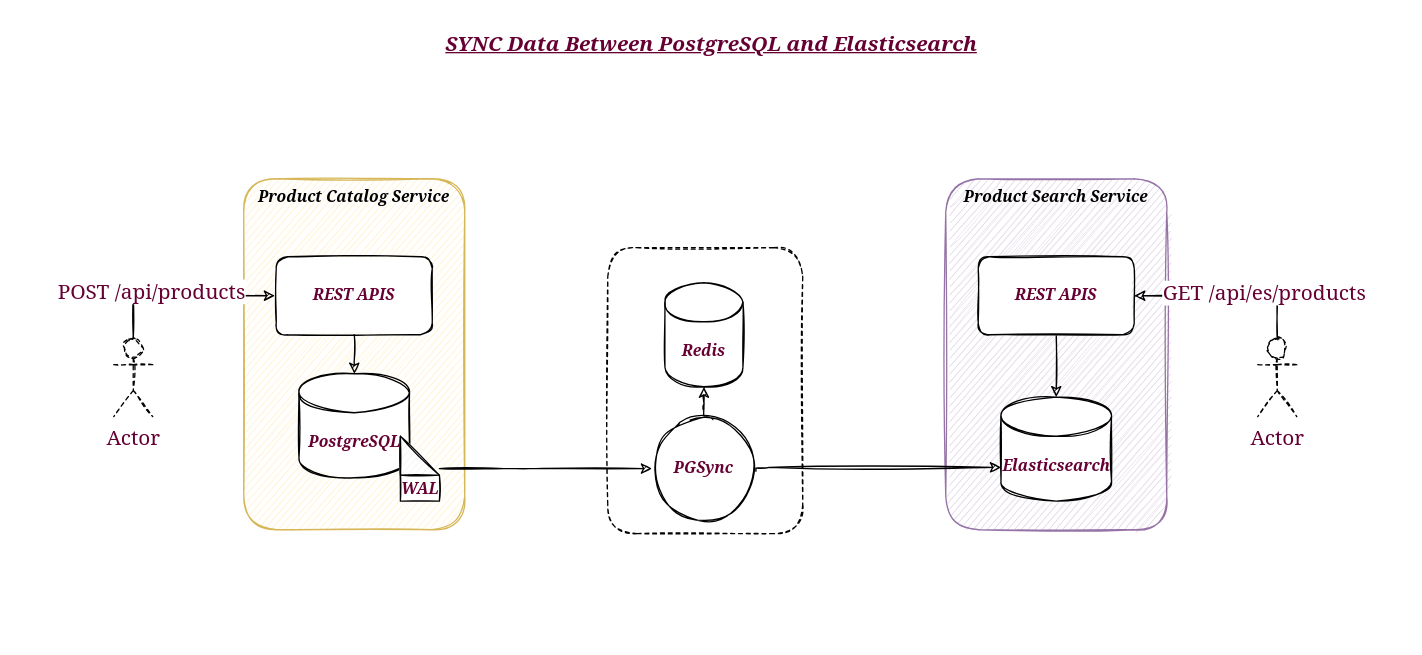
Earlier version of the draw.io diagram system-design.drawio (semusings/sync-data-between-PostgreSQL-and-Elasticsearch). Source tidied: cells renumbered, new cells numbered last; positions are measured from the earlier drawing's top-left corner, leaving out a move shared by most shapes. Both pictures are drawn from the tidied source at 130%, with x=0, y=0 at pixel (22, 22).
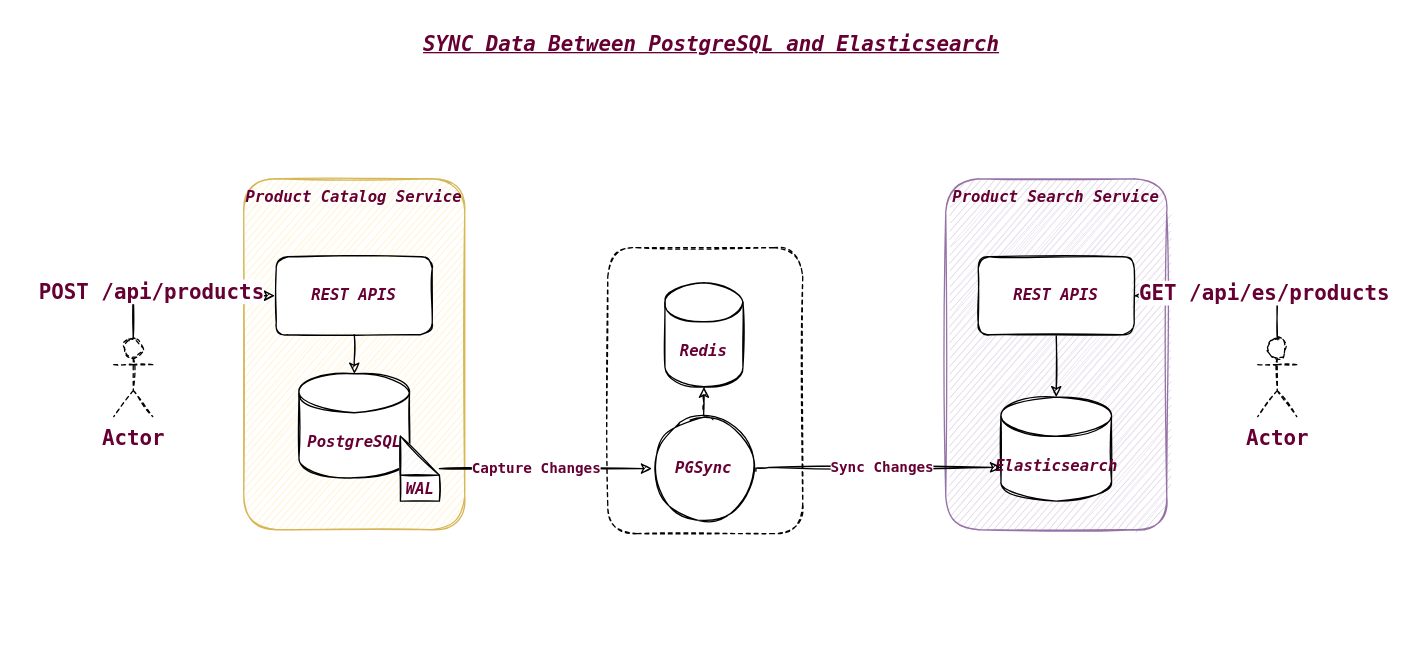
After the change.

The edit, as a diff of the source:
```diff
@@
-    <mxCell id="2" value="SYNC Data Between PostgreSQL and Elasticsearch" style="rounded=0;whiteSpace=wrap;html=1;shadow=0;dashed=1;sketch=1;fontFamily=Georgia;fontColor=#660033;fillColor=none;verticalAlign=top;fontStyle=7;fontSize=16;strokeColor=none;" parent="1" vertex="1">
+    <mxCell id="2" value="SYNC Data Between PostgreSQL and Elasticsearch" style="rounded=0;whiteSpace=wrap;html=1;shadow=0;dashed=1;sketch=1;fontFamily=Lucida Console;fillColor=none;verticalAlign=top;fontStyle=7;fontSize=16;strokeColor=none;fontColor=#660033;" parent="1" vertex="1">
       <mxGeometry width="1060" height="470" as="geometry" />
     </mxCell>
-    <mxCell id="3" style="whiteSpace=wrap;html=1;fontFamily=Georgia;fontColor=#660033;dashed=1;fillColor=none;shadow=0;sketch=1;rounded=1;fontStyle=3;" parent="1" vertex="1">
+    <mxCell id="3" style="whiteSpace=wrap;html=1;fontFamily=Lucida Console;dashed=1;fillColor=none;shadow=0;sketch=1;rounded=1;fontStyle=3;fontColor=#660033;" parent="1" vertex="1">
       <mxGeometry x="450" y="173" width="150" height="220" as="geometry" />
     </mxCell>
-    <mxCell id="4" value="Product Catalog Service" style="whiteSpace=wrap;html=1;verticalAlign=top;fontStyle=3;fontFamily=Georgia;fillColor=#fff2cc;strokeColor=#d6b656;shadow=0;sketch=1;rounded=1;" parent="1" vertex="1">
+    <mxCell id="4" value="Product Catalog Service" style="whiteSpace=wrap;html=1;verticalAlign=top;fontStyle=3;fontFamily=Lucida Console;fillColor=#fff2cc;strokeColor=#d6b656;shadow=0;sketch=1;rounded=1;fontColor=#660033;" parent="1" vertex="1">
       <mxGeometry x="170" y="120" width="170" height="270" as="geometry" />
     </mxCell>
-    <mxCell id="5" value="PostgreSQL" style="shape=cylinder3;whiteSpace=wrap;html=1;boundedLbl=1;backgroundOutline=1;size=15;fontStyle=3;fontFamily=Georgia;fontColor=#660033;shadow=0;sketch=1;rounded=1;" parent="1" vertex="1">
+    <mxCell id="5" value="PostgreSQL" style="shape=cylinder3;whiteSpace=wrap;html=1;boundedLbl=1;backgroundOutline=1;size=15;fontStyle=3;fontFamily=Lucida Console;shadow=0;sketch=1;rounded=1;fontColor=#660033;" parent="1" vertex="1">
       <mxGeometry x="212.5" y="270" width="85" height="80" as="geometry" />
     </mxCell>
-    <mxCell id="6" style="edgeStyle=orthogonalEdgeStyle;rounded=0;sketch=1;jettySize=auto;html=1;shadow=0;fontFamily=Georgia;fontColor=#660033;fontStyle=3;" parent="1" edge="1" source="7">
+    <mxCell id="6" style="edgeStyle=orthogonalEdgeStyle;rounded=0;sketch=1;jettySize=auto;html=1;shadow=0;fontFamily=Lucida Console;fontStyle=3;fontColor=#660033;" parent="1" edge="1" source="7">
       <mxGeometry relative="1" as="geometry">
         <mxPoint x="255" y="270" as="targetPoint" />
       </mxGeometry>
     </mxCell>
-    <mxCell id="7" value="REST APIS" style="whiteSpace=wrap;html=1;fontStyle=3;fontFamily=Georgia;fontColor=#660033;shadow=0;sketch=1;rounded=1;" parent="1" vertex="1">
+    <mxCell id="7" value="REST APIS" style="whiteSpace=wrap;html=1;fontStyle=3;fontFamily=Lucida Console;shadow=0;sketch=1;rounded=1;fontColor=#660033;" parent="1" vertex="1">
       <mxGeometry x="195" y="180" width="120" height="60" as="geometry" />
     </mxCell>
-    <mxCell id="8" style="edgeStyle=orthogonalEdgeStyle;jettySize=auto;html=1;fontStyle=3;fontFamily=Georgia;fontColor=#660033;shadow=0;sketch=1;" parent="1" edge="1" source="9" target="17">
+    <mxCell id="8" style="edgeStyle=orthogonalEdgeStyle;jettySize=auto;html=1;fontStyle=3;fontFamily=Lucida Console;shadow=0;sketch=1;fontColor=#660033;" parent="1" edge="1" source="9" target="17">
       <mxGeometry relative="1" as="geometry" />
     </mxCell>
-    <mxCell id="9" value="PGSync" style="ellipse;whiteSpace=wrap;html=1;fontStyle=3;fontFamily=Georgia;fontColor=#660033;shadow=0;sketch=1;rounded=1;" parent="1" vertex="1">
+    <mxCell id="9" value="PGSync" style="ellipse;whiteSpace=wrap;html=1;fontStyle=3;fontFamily=Lucida Console;shadow=0;sketch=1;rounded=1;fontColor=#660033;" parent="1" vertex="1">
       <mxGeometry x="484" y="303" width="80" height="80" as="geometry" />
     </mxCell>
-    <mxCell id="10" style="edgeStyle=orthogonalEdgeStyle;jettySize=auto;html=1;fontStyle=3;fontFamily=Georgia;fontColor=#660033;shadow=0;sketch=1;" parent="1" edge="1" source="11" target="9">
+    <mxCell id="10" style="edgeStyle=orthogonalEdgeStyle;jettySize=auto;html=1;fontStyle=3;fontFamily=Lucida Console;shadow=0;sketch=1;fontColor=#660033;" parent="1" edge="1" source="11" target="9">
       <mxGeometry relative="1" as="geometry">
         <Array as="points">
           <mxPoint x="380" y="343" />
           <mxPoint x="380" y="343" />
         </Array>
       </mxGeometry>
     </mxCell>
+    <mxCell id="24" value="Capture Changes" style="edgeLabel;html=1;align=center;verticalAlign=middle;fontColor=#660033;fontFamily=Lucida Console;fontStyle=1;" parent="10" vertex="1">
+      <mxGeometry x="-0.37" y="1" relative="1" as="geometry">
+        <mxPoint x="22" as="offset" />
+      </mxGeometry>
+    </mxCell>
-    <mxCell id="11" value="WAL" style="shape=note;whiteSpace=wrap;html=1;backgroundOutline=1;darkOpacity=0.05;verticalAlign=bottom;fontStyle=3;fontFamily=Georgia;fontColor=#660033;shadow=0;sketch=1;rounded=1;" parent="1" vertex="1">
+    <mxCell id="11" value="WAL" style="shape=note;whiteSpace=wrap;html=1;backgroundOutline=1;darkOpacity=0.05;verticalAlign=bottom;fontStyle=3;fontFamily=Lucida Console;shadow=0;sketch=1;rounded=1;fontColor=#660033;" parent="1" vertex="1">
       <mxGeometry x="290.5" y="318" width="30" height="50" as="geometry" />
     </mxCell>
-    <mxCell id="12" value="Product Search Service" style="whiteSpace=wrap;html=1;verticalAlign=top;fontStyle=3;fontFamily=Georgia;fillColor=#e1d5e7;strokeColor=#9673a6;shadow=0;sketch=1;rounded=1;" parent="1" vertex="1">
+    <mxCell id="12" value="Product Search Service" style="whiteSpace=wrap;html=1;verticalAlign=top;fontStyle=3;fontFamily=Lucida Console;fillColor=#e1d5e7;strokeColor=#9673a6;shadow=0;sketch=1;rounded=1;fontColor=#660033;" parent="1" vertex="1">
       <mxGeometry x="710" y="120" width="170" height="270" as="geometry" />
     </mxCell>
-    <mxCell id="13" value="Elasticsearch" style="shape=cylinder3;whiteSpace=wrap;html=1;boundedLbl=1;backgroundOutline=1;size=15;fontStyle=3;fontFamily=Georgia;fontColor=#660033;shadow=0;sketch=1;rounded=1;" parent="1" vertex="1">
+    <mxCell id="13" value="Elasticsearch" style="shape=cylinder3;whiteSpace=wrap;html=1;boundedLbl=1;backgroundOutline=1;size=15;fontStyle=3;fontFamily=Lucida Console;shadow=0;sketch=1;rounded=1;fontColor=#660033;" parent="1" vertex="1">
       <mxGeometry x="752.5" y="288" width="85" height="80" as="geometry" />
     </mxCell>
-    <mxCell id="14" style="edgeStyle=orthogonalEdgeStyle;rounded=0;sketch=1;jettySize=auto;html=1;shadow=0;fontFamily=Georgia;fontColor=#660033;fontStyle=3;" parent="1" edge="1" source="15" target="13">
+    <mxCell id="14" style="edgeStyle=orthogonalEdgeStyle;rounded=0;sketch=1;jettySize=auto;html=1;shadow=0;fontFamily=Lucida Console;fontStyle=3;fontColor=#660033;" parent="1" edge="1" source="15" target="13">
       <mxGeometry relative="1" as="geometry" />
     </mxCell>
-    <mxCell id="15" value="REST APIS" style="whiteSpace=wrap;html=1;fontStyle=3;fontFamily=Georgia;fontColor=#660033;shadow=0;sketch=1;rounded=1;" parent="1" vertex="1">
+    <mxCell id="15" value="REST APIS" style="whiteSpace=wrap;html=1;fontStyle=3;fontFamily=Lucida Console;shadow=0;sketch=1;rounded=1;fontColor=#660033;" parent="1" vertex="1">
       <mxGeometry x="735" y="180" width="120" height="60" as="geometry" />
     </mxCell>
-    <mxCell id="16" style="edgeStyle=orthogonalEdgeStyle;orthogonalLoop=1;jettySize=auto;html=1;fontStyle=3;fontFamily=Georgia;fontColor=#660033;exitX=1;exitY=0.5;exitDx=0;exitDy=0;shadow=0;sketch=1;" parent="1" edge="1">
+    <mxCell id="16" style="edgeStyle=orthogonalEdgeStyle;orthogonalLoop=1;jettySize=auto;html=1;fontStyle=3;fontFamily=Lucida Console;exitX=1;exitY=0.5;exitDx=0;exitDy=0;shadow=0;sketch=1;fontColor=#660033;" parent="1" edge="1">
       <mxGeometry relative="1" as="geometry">
         <mxPoint x="564" y="345" as="sourcePoint" />
         <mxPoint x="752.5" y="342" as="targetPoint" />
         <Array as="points">
           <mxPoint x="564" y="342" />
         </Array>
       </mxGeometry>
     </mxCell>
+    <mxCell id="25" value="Sync Changes" style="edgeLabel;html=1;align=center;verticalAlign=middle;fontColor=#660033;fontFamily=Lucida Console;fontStyle=1;" parent="16" vertex="1">
+      <mxGeometry x="-0.09" y="3" relative="1" as="geometry">
+        <mxPoint x="12" y="2" as="offset" />
+      </mxGeometry>
+    </mxCell>
-    <mxCell id="17" value="Redis" style="shape=cylinder3;whiteSpace=wrap;html=1;boundedLbl=1;backgroundOutline=1;size=15;fontStyle=3;fontFamily=Georgia;fontColor=#660033;shadow=0;sketch=1;rounded=1;" parent="1" vertex="1">
+    <mxCell id="17" value="Redis" style="shape=cylinder3;whiteSpace=wrap;html=1;boundedLbl=1;backgroundOutline=1;size=15;fontStyle=3;fontFamily=Lucida Console;shadow=0;sketch=1;rounded=1;fontColor=#660033;" parent="1" vertex="1">
       <mxGeometry x="494" y="200" width="60" height="80" as="geometry" />
     </mxCell>
-    <mxCell id="18" style="edgeStyle=orthogonalEdgeStyle;rounded=0;sketch=1;jettySize=auto;html=1;shadow=0;fontFamily=Georgia;fontSize=16;fontColor=#660033;exitX=0.5;exitY=0;exitDx=0;exitDy=0;exitPerimeter=0;" parent="1" edge="1" source="20">
+    <mxCell id="18" style="edgeStyle=orthogonalEdgeStyle;rounded=0;sketch=1;jettySize=auto;html=1;shadow=0;fontFamily=Lucida Console;fontSize=16;exitX=0.5;exitY=0;exitDx=0;exitDy=0;exitPerimeter=0;fontColor=#660033;fontStyle=1;" parent="1" edge="1" source="20">
       <mxGeometry relative="1" as="geometry">
         <mxPoint x="194" y="210" as="targetPoint" />
         <Array as="points">
           <mxPoint x="85" y="210" />
         </Array>
       </mxGeometry>
     </mxCell>
-    <mxCell id="19" value="POST /api/products" style="edgeLabel;html=1;align=center;verticalAlign=middle;fontSize=16;fontFamily=Georgia;fontColor=#660033;" parent="18" vertex="1">
+    <mxCell id="19" value="POST /api/products" style="edgeLabel;html=1;align=center;verticalAlign=middle;fontSize=16;fontFamily=Lucida Console;fontColor=#660033;fontStyle=1;" parent="18" vertex="1">
       <mxGeometry x="-0.35" y="4" relative="1" as="geometry" />
     </mxCell>
-    <mxCell id="20" value="Actor" style="shape=umlActor;verticalLabelPosition=bottom;verticalAlign=top;html=1;outlineConnect=0;rounded=1;shadow=0;dashed=1;sketch=1;fontFamily=Georgia;fontSize=16;fontColor=#660033;fillColor=none;" parent="1" vertex="1">
+    <mxCell id="20" value="Actor" style="shape=umlActor;verticalLabelPosition=bottom;verticalAlign=top;html=1;outlineConnect=0;rounded=1;shadow=0;dashed=1;sketch=1;fontFamily=Lucida Console;fontSize=16;fillColor=none;fontColor=#660033;fontStyle=1;" parent="1" vertex="1">
       <mxGeometry x="70" y="243" width="30" height="60" as="geometry" />
     </mxCell>
-    <mxCell id="21" style="edgeStyle=orthogonalEdgeStyle;rounded=0;sketch=1;jettySize=auto;html=1;entryX=1;entryY=0.5;entryDx=0;entryDy=0;shadow=0;fontFamily=Georgia;fontSize=16;fontColor=#660033;" parent="1" edge="1" source="23" target="15">
+    <mxCell id="21" style="edgeStyle=orthogonalEdgeStyle;rounded=0;sketch=1;jettySize=auto;html=1;entryX=1;entryY=0.5;entryDx=0;entryDy=0;shadow=0;fontFamily=Lucida Console;fontSize=16;fontColor=#660033;fontStyle=1;" parent="1" edge="1" source="23" target="15">
       <mxGeometry relative="1" as="geometry">
         <Array as="points">
           <mxPoint x="965" y="210" />
         </Array>
       </mxGeometry>
     </mxCell>
-    <mxCell id="22" value="GET /api/es/products" style="edgeLabel;html=1;align=center;verticalAlign=middle;fontSize=16;fontFamily=Georgia;fontColor=#660033;" parent="21" vertex="1">
+    <mxCell id="22" value="GET /api/es/products" style="edgeLabel;html=1;align=center;verticalAlign=middle;fontSize=16;fontFamily=Lucida Console;fontColor=#660033;fontStyle=1;" parent="21" vertex="1">
       <mxGeometry x="-0.39" y="-3" relative="1" as="geometry" />
     </mxCell>
-    <mxCell id="23" value="Actor" style="shape=umlActor;verticalLabelPosition=bottom;verticalAlign=top;html=1;outlineConnect=0;rounded=1;shadow=0;dashed=1;labelBackgroundColor=none;sketch=1;fontFamily=Georgia;fontSize=16;fontColor=#660033;fillColor=none;" parent="1" vertex="1">
+    <mxCell id="23" value="Actor" style="shape=umlActor;verticalLabelPosition=bottom;verticalAlign=top;html=1;outlineConnect=0;rounded=1;shadow=0;dashed=1;labelBackgroundColor=none;sketch=1;fontFamily=Lucida Console;fontSize=16;fillColor=none;fontColor=#660033;fontStyle=1;" parent="1" vertex="1">
       <mxGeometry x="950" y="243" width="30" height="60" as="geometry" />
     </mxCell>
```
